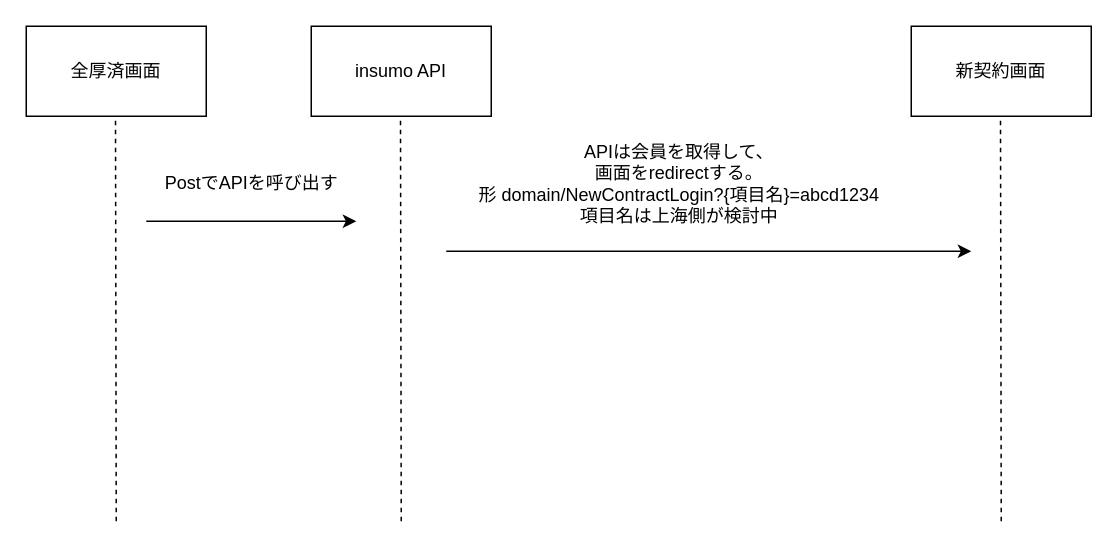
Above: 名称未設定ファイル.drawio in aswobb/- (draw.io), before the change. Source tidied: cells renumbered, new cells numbered last; positions are measured from the earlier drawing's top-left corner, leaving out a move shared by most shapes. Both pictures are drawn from the tidied source at 150%, with x=0, y=0 at pixel (26, 26).
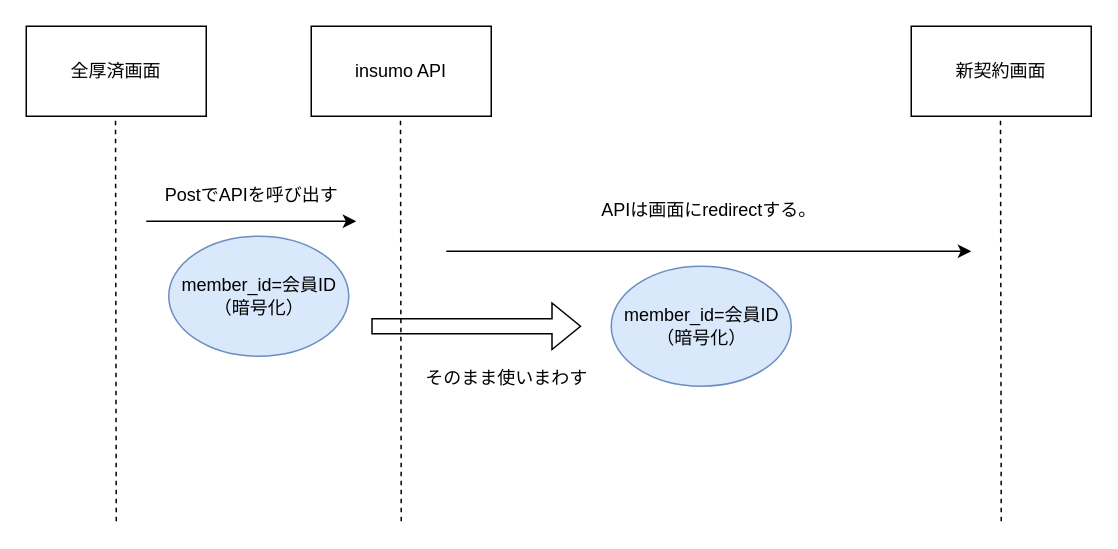
The same diagram, later.

Commit message:
名称未設定ファイル.drawio を更新します

What changed in the source:
```diff
@@
+    <mxCell id="12" style="ellipse;whiteSpace=wrap;html=1;fillColor=#dae8fc;strokeColor=#6c8ebf;" parent="1" vertex="1">
+      <mxGeometry x="390" y="160" width="120" height="80" as="geometry" />
+    </mxCell>
+    <mxCell id="13" style="ellipse;whiteSpace=wrap;html=1;fillColor=#dae8fc;strokeColor=#6c8ebf;" parent="1" vertex="1">
+      <mxGeometry x="95" y="140" width="120" height="80" as="geometry" />
+    </mxCell>
@@
-    <mxCell id="9" value="PostでAPIを呼び出す" style="text;html=1;align=center;verticalAlign=middle;strokeColor=none;fillColor=none;" parent="1" vertex="1">
-      <mxGeometry x="80" y="90" width="140" height="30" as="geometry" />
+    <mxCell id="9" value="&lt;div&gt;&lt;br&gt;&lt;/div&gt;PostでAPIを呼び出す" style="text;html=1;align=center;verticalAlign=middle;strokeColor=none;fillColor=none;" parent="1" vertex="1">
+      <mxGeometry x="80" y="85" width="140" height="40" as="geometry" />
     </mxCell>
@@
-    <mxCell id="11" value="APIは会員を取得して、&lt;div&gt;画面をredirectする。&lt;/div&gt;&lt;div&gt;形 domain/NewContractLogin?{項目名}=abcd1234&lt;/div&gt;&lt;div&gt;項目名は上海側が検討中&lt;/div&gt;" style="text;html=1;align=center;verticalAlign=middle;strokeColor=none;fillColor=none;" parent="1" vertex="1">
-      <mxGeometry x="290" y="70" width="290" height="70" as="geometry" />
+    <mxCell id="11" value="APIは&lt;span style=&quot;background-color: transparent; color: light-dark(rgb(0, 0, 0), rgb(255, 255, 255));&quot;&gt;画面にredirectする。&lt;/span&gt;&lt;div&gt;&lt;br&gt;&lt;/div&gt;" style="text;html=1;align=center;verticalAlign=middle;strokeColor=none;fillColor=none;" parent="1" vertex="1">
+      <mxGeometry x="370" y="110" width="170" height="40" as="geometry" />
     </mxCell>
+    <mxCell id="14" value="member_id=会員ID&lt;div&gt;（&lt;span style=&quot;background-color: transparent; color: light-dark(rgb(0, 0, 0), rgb(255, 255, 255));&quot;&gt;暗号化&lt;/span&gt;&lt;span style=&quot;background-color: transparent; color: light-dark(rgb(0, 0, 0), rgb(255, 255, 255));&quot;&gt;）&lt;/span&gt;&lt;/div&gt;" style="text;html=1;align=center;verticalAlign=middle;strokeColor=none;fillColor=none;" parent="1" vertex="1">
+      <mxGeometry x="90" y="160" width="130" height="40" as="geometry" />
+    </mxCell>
+    <mxCell id="15" value="member_id=会員ID&lt;div&gt;（&lt;span style=&quot;background-color: transparent; color: light-dark(rgb(0, 0, 0), rgb(255, 255, 255));&quot;&gt;暗号化&lt;/span&gt;&lt;span style=&quot;background-color: transparent; color: light-dark(rgb(0, 0, 0), rgb(255, 255, 255));&quot;&gt;）&lt;/span&gt;&lt;/div&gt;" style="text;html=1;align=center;verticalAlign=middle;strokeColor=none;fillColor=none;" parent="1" vertex="1">
+      <mxGeometry x="385" y="180" width="130" height="40" as="geometry" />
+    </mxCell>
+    <mxCell id="16" style="shape=flexArrow;endArrow=classic;html=1;rounded=0;" parent="1" edge="1">
+      <mxGeometry relative="1" as="geometry">
+        <mxPoint x="230" y="200" as="sourcePoint" />
+        <mxPoint x="370" y="200" as="targetPoint" />
+      </mxGeometry>
+    </mxCell>
+    <mxCell id="17" value="&lt;div&gt;そのまま使いまわす&lt;/div&gt;" style="text;html=1;align=center;verticalAlign=middle;strokeColor=none;fillColor=none;" parent="1" vertex="1">
+      <mxGeometry x="255" y="220" width="130" height="30" as="geometry" />
+    </mxCell>
```
